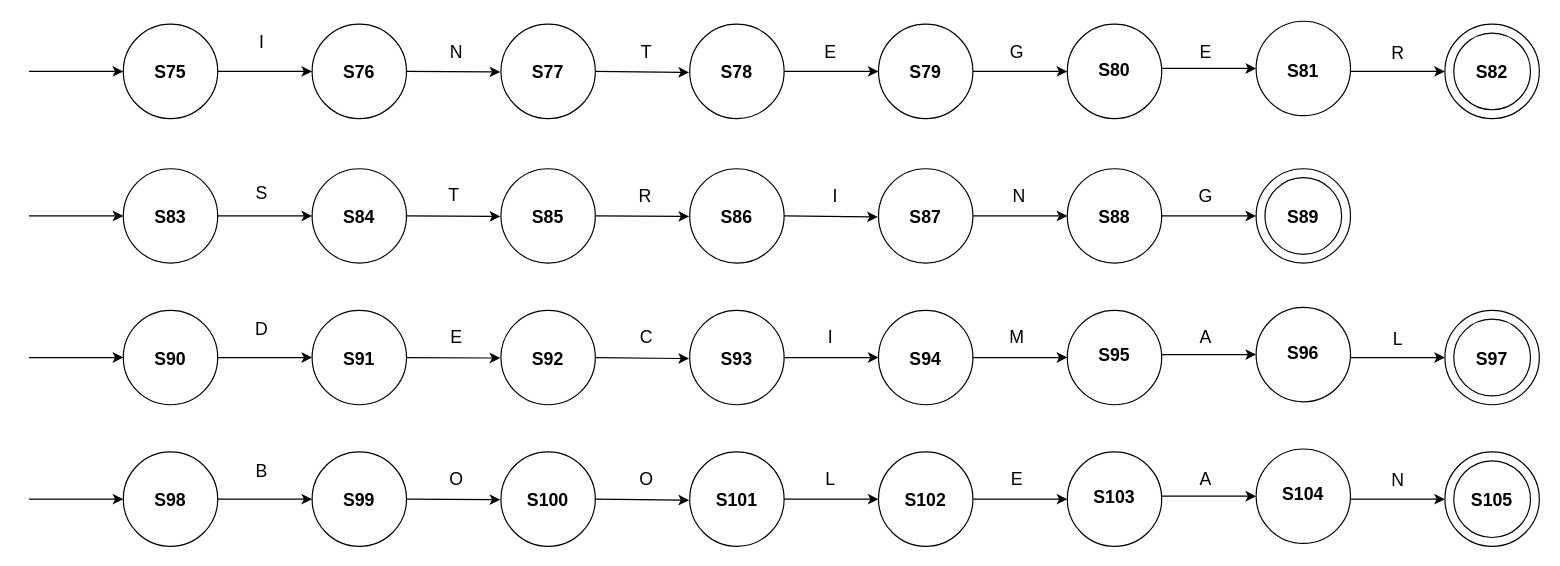
Above: dataType.drawio in MonaJea-Ng/Projects (draw.io), before the change. Source tidied: cells renumbered, new cells numbered last; positions are measured from the earlier drawing's top-left corner, leaving out a move shared by most shapes. Both pictures are drawn from the tidied source at 118%, with x=0, y=0 at pixel (28, 21).
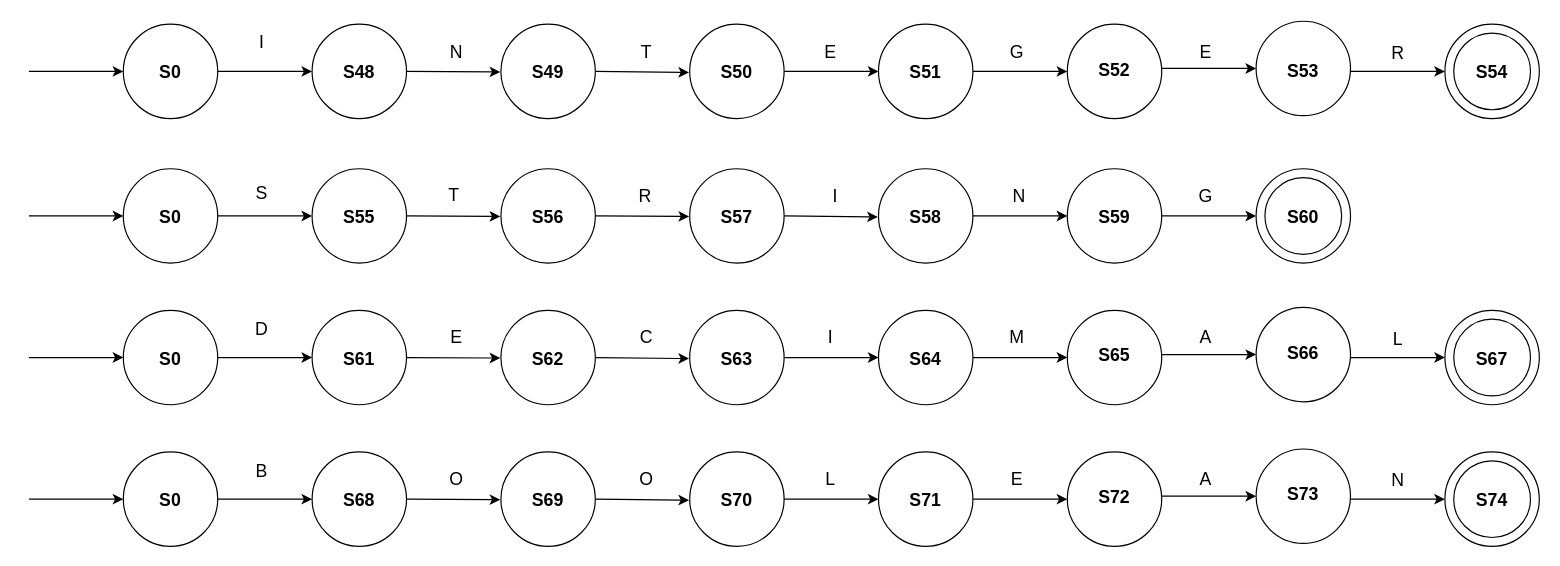
After the change.

What changed in the source:
```diff
@@
-    <mxCell id="6" value="&lt;b style=&quot;font-size: 15px;&quot;&gt;S78&lt;/b&gt;" style="text;html=1;strokeColor=none;fillColor=none;align=center;verticalAlign=middle;whiteSpace=wrap;rounded=0;fontSize=15;" parent="1" vertex="1">
+    <mxCell id="6" value="&lt;b style=&quot;font-size: 15px;&quot;&gt;S50&lt;/b&gt;" style="text;html=1;strokeColor=none;fillColor=none;align=center;verticalAlign=middle;whiteSpace=wrap;rounded=0;fontSize=15;" parent="1" vertex="1">
       <mxGeometry x="570" y="27" width="60" height="30" as="geometry" />
     </mxCell>
-    <mxCell id="7" value="&lt;b&gt;&lt;font style=&quot;font-size: 15px;&quot;&gt;S79&lt;/font&gt;&lt;/b&gt;" style="text;html=1;strokeColor=none;fillColor=none;align=center;verticalAlign=middle;whiteSpace=wrap;rounded=0;" parent="1" vertex="1">
+    <mxCell id="7" value="&lt;b&gt;&lt;font style=&quot;font-size: 15px;&quot;&gt;S51&lt;/font&gt;&lt;/b&gt;" style="text;html=1;strokeColor=none;fillColor=none;align=center;verticalAlign=middle;whiteSpace=wrap;rounded=0;" parent="1" vertex="1">
       <mxGeometry x="730" y="27" width="60" height="30" as="geometry" />
     </mxCell>
@@
-    <mxCell id="12" value="&lt;b&gt;&lt;font style=&quot;font-size: 15px;&quot;&gt;S82&lt;/font&gt;&lt;/b&gt;" style="text;html=1;strokeColor=none;fillColor=none;align=center;verticalAlign=middle;whiteSpace=wrap;rounded=0;" parent="1" vertex="1">
+    <mxCell id="12" value="&lt;b&gt;&lt;font style=&quot;font-size: 15px;&quot;&gt;S54&lt;/font&gt;&lt;/b&gt;" style="text;html=1;strokeColor=none;fillColor=none;align=center;verticalAlign=middle;whiteSpace=wrap;rounded=0;" parent="1" vertex="1">
       <mxGeometry x="1210" y="27" width="60" height="30" as="geometry" />
     </mxCell>
@@
-    <mxCell id="16" value="&lt;b style=&quot;font-size: 15px;&quot;&gt;S77&lt;/b&gt;" style="text;html=1;strokeColor=none;fillColor=none;align=center;verticalAlign=middle;whiteSpace=wrap;rounded=0;fontSize=15;" parent="1" vertex="1">
+    <mxCell id="16" value="&lt;b style=&quot;font-size: 15px;&quot;&gt;S49&lt;/b&gt;" style="text;html=1;strokeColor=none;fillColor=none;align=center;verticalAlign=middle;whiteSpace=wrap;rounded=0;fontSize=15;" parent="1" vertex="1">
       <mxGeometry x="410" y="27" width="60" height="30" as="geometry" />
     </mxCell>
@@
-    <mxCell id="19" value="&lt;b style=&quot;font-size: 15px;&quot;&gt;S76&lt;/b&gt;" style="text;html=1;strokeColor=none;fillColor=none;align=center;verticalAlign=middle;whiteSpace=wrap;rounded=0;fontSize=15;" parent="1" vertex="1">
+    <mxCell id="19" value="&lt;b style=&quot;font-size: 15px;&quot;&gt;S48&lt;/b&gt;" style="text;html=1;strokeColor=none;fillColor=none;align=center;verticalAlign=middle;whiteSpace=wrap;rounded=0;fontSize=15;" parent="1" vertex="1">
       <mxGeometry x="250" y="27" width="60" height="30" as="geometry" />
     </mxCell>
@@
-    <mxCell id="24" value="&lt;b style=&quot;font-size: 15px;&quot;&gt;S75&lt;/b&gt;" style="text;html=1;strokeColor=none;fillColor=none;align=center;verticalAlign=middle;whiteSpace=wrap;rounded=0;fontSize=15;" parent="1" vertex="1">
+    <mxCell id="24" value="&lt;b style=&quot;font-size: 15px;&quot;&gt;S0&lt;/b&gt;" style="text;html=1;strokeColor=none;fillColor=none;align=center;verticalAlign=middle;whiteSpace=wrap;rounded=0;fontSize=15;" parent="1" vertex="1">
       <mxGeometry x="90" y="27" width="60" height="30" as="geometry" />
     </mxCell>
@@
-    <mxCell id="28" value="&lt;b&gt;&lt;font style=&quot;font-size: 15px;&quot;&gt;S80&lt;/font&gt;&lt;/b&gt;" style="text;html=1;strokeColor=none;fillColor=none;align=center;verticalAlign=middle;whiteSpace=wrap;rounded=0;" parent="1" vertex="1">
+    <mxCell id="28" value="&lt;b&gt;&lt;font style=&quot;font-size: 15px;&quot;&gt;S52&lt;/font&gt;&lt;/b&gt;" style="text;html=1;strokeColor=none;fillColor=none;align=center;verticalAlign=middle;whiteSpace=wrap;rounded=0;" parent="1" vertex="1">
       <mxGeometry x="890" y="27" width="60" height="25" as="geometry" />
     </mxCell>
@@
-    <mxCell id="32" value="&lt;b&gt;&lt;font style=&quot;font-size: 15px;&quot;&gt;S81&lt;/font&gt;&lt;/b&gt;" style="text;html=1;strokeColor=none;fillColor=none;align=center;verticalAlign=middle;whiteSpace=wrap;rounded=0;" parent="1" vertex="1">
+    <mxCell id="32" value="&lt;b&gt;&lt;font style=&quot;font-size: 15px;&quot;&gt;S53&lt;/font&gt;&lt;/b&gt;" style="text;html=1;strokeColor=none;fillColor=none;align=center;verticalAlign=middle;whiteSpace=wrap;rounded=0;" parent="1" vertex="1">
       <mxGeometry x="1050" y="28.5" width="60" height="25" as="geometry" />
     </mxCell>
@@
-    <mxCell id="38" value="&lt;b style=&quot;font-size: 15px;&quot;&gt;S87&lt;/b&gt;" style="text;html=1;strokeColor=none;fillColor=none;align=center;verticalAlign=middle;whiteSpace=wrap;rounded=0;fontSize=15;" parent="1" vertex="1">
+    <mxCell id="38" value="&lt;b style=&quot;font-size: 15px;&quot;&gt;S58&lt;/b&gt;" style="text;html=1;strokeColor=none;fillColor=none;align=center;verticalAlign=middle;whiteSpace=wrap;rounded=0;fontSize=15;" parent="1" vertex="1">
       <mxGeometry x="730" y="149.5" width="60" height="30" as="geometry" />
     </mxCell>
-    <mxCell id="39" value="&lt;b&gt;&lt;font style=&quot;font-size: 15px;&quot;&gt;S88&lt;/font&gt;&lt;/b&gt;" style="text;html=1;strokeColor=none;fillColor=none;align=center;verticalAlign=middle;whiteSpace=wrap;rounded=0;" parent="1" vertex="1">
+    <mxCell id="39" value="&lt;b&gt;&lt;font style=&quot;font-size: 15px;&quot;&gt;S59&lt;/font&gt;&lt;/b&gt;" style="text;html=1;strokeColor=none;fillColor=none;align=center;verticalAlign=middle;whiteSpace=wrap;rounded=0;" parent="1" vertex="1">
       <mxGeometry x="890" y="149.5" width="60" height="30" as="geometry" />
     </mxCell>
@@
-    <mxCell id="43" value="&lt;b&gt;&lt;font style=&quot;font-size: 15px;&quot;&gt;S89&lt;/font&gt;&lt;/b&gt;" style="text;html=1;strokeColor=none;fillColor=none;align=center;verticalAlign=middle;whiteSpace=wrap;rounded=0;" parent="1" vertex="1">
+    <mxCell id="43" value="&lt;b&gt;&lt;font style=&quot;font-size: 15px;&quot;&gt;S60&lt;/font&gt;&lt;/b&gt;" style="text;html=1;strokeColor=none;fillColor=none;align=center;verticalAlign=middle;whiteSpace=wrap;rounded=0;" parent="1" vertex="1">
       <mxGeometry x="1050" y="149.5" width="60" height="30" as="geometry" />
     </mxCell>
@@
-    <mxCell id="46" value="&lt;b style=&quot;font-size: 15px;&quot;&gt;S86&lt;/b&gt;" style="text;html=1;strokeColor=none;fillColor=none;align=center;verticalAlign=middle;whiteSpace=wrap;rounded=0;fontSize=15;" parent="1" vertex="1">
+    <mxCell id="46" value="&lt;b style=&quot;font-size: 15px;&quot;&gt;S57&lt;/b&gt;" style="text;html=1;strokeColor=none;fillColor=none;align=center;verticalAlign=middle;whiteSpace=wrap;rounded=0;fontSize=15;" parent="1" vertex="1">
       <mxGeometry x="570" y="149.5" width="60" height="30" as="geometry" />
     </mxCell>
@@
-    <mxCell id="49" value="&lt;b style=&quot;font-size: 15px;&quot;&gt;S84&lt;/b&gt;" style="text;html=1;strokeColor=none;fillColor=none;align=center;verticalAlign=middle;whiteSpace=wrap;rounded=0;fontSize=15;" parent="1" vertex="1">
+    <mxCell id="49" value="&lt;b style=&quot;font-size: 15px;&quot;&gt;S55&lt;/b&gt;" style="text;html=1;strokeColor=none;fillColor=none;align=center;verticalAlign=middle;whiteSpace=wrap;rounded=0;fontSize=15;" parent="1" vertex="1">
       <mxGeometry x="250" y="149.5" width="60" height="30" as="geometry" />
     </mxCell>
@@
-    <mxCell id="54" value="&lt;b style=&quot;font-size: 15px;&quot;&gt;S83&lt;/b&gt;" style="text;html=1;strokeColor=none;fillColor=none;align=center;verticalAlign=middle;whiteSpace=wrap;rounded=0;fontSize=15;" parent="1" vertex="1">
+    <mxCell id="54" value="&lt;b style=&quot;font-size: 15px;&quot;&gt;S0&lt;/b&gt;" style="text;html=1;strokeColor=none;fillColor=none;align=center;verticalAlign=middle;whiteSpace=wrap;rounded=0;fontSize=15;" parent="1" vertex="1">
       <mxGeometry x="90" y="149.5" width="60" height="30" as="geometry" />
     </mxCell>
@@
-    <mxCell id="62" value="&lt;b style=&quot;font-size: 15px;&quot;&gt;S93&lt;/b&gt;" style="text;html=1;strokeColor=none;fillColor=none;align=center;verticalAlign=middle;whiteSpace=wrap;rounded=0;fontSize=15;" parent="1" vertex="1">
+    <mxCell id="62" value="&lt;b style=&quot;font-size: 15px;&quot;&gt;S63&lt;/b&gt;" style="text;html=1;strokeColor=none;fillColor=none;align=center;verticalAlign=middle;whiteSpace=wrap;rounded=0;fontSize=15;" parent="1" vertex="1">
       <mxGeometry x="570" y="269.5" width="60" height="30" as="geometry" />
     </mxCell>
-    <mxCell id="63" value="&lt;b&gt;&lt;font style=&quot;font-size: 15px;&quot;&gt;S94&lt;/font&gt;&lt;/b&gt;" style="text;html=1;strokeColor=none;fillColor=none;align=center;verticalAlign=middle;whiteSpace=wrap;rounded=0;" parent="1" vertex="1">
+    <mxCell id="63" value="&lt;b&gt;&lt;font style=&quot;font-size: 15px;&quot;&gt;S64&lt;/font&gt;&lt;/b&gt;" style="text;html=1;strokeColor=none;fillColor=none;align=center;verticalAlign=middle;whiteSpace=wrap;rounded=0;" parent="1" vertex="1">
       <mxGeometry x="730" y="269.5" width="60" height="30" as="geometry" />
     </mxCell>
@@
-    <mxCell id="68" value="&lt;b&gt;&lt;font style=&quot;font-size: 15px;&quot;&gt;S97&lt;/font&gt;&lt;/b&gt;" style="text;html=1;strokeColor=none;fillColor=none;align=center;verticalAlign=middle;whiteSpace=wrap;rounded=0;" parent="1" vertex="1">
+    <mxCell id="68" value="&lt;b&gt;&lt;font style=&quot;font-size: 15px;&quot;&gt;S67&lt;/font&gt;&lt;/b&gt;" style="text;html=1;strokeColor=none;fillColor=none;align=center;verticalAlign=middle;whiteSpace=wrap;rounded=0;" parent="1" vertex="1">
       <mxGeometry x="1210" y="269.5" width="60" height="30" as="geometry" />
     </mxCell>
@@
-    <mxCell id="72" value="&lt;b style=&quot;font-size: 15px;&quot;&gt;S92&lt;/b&gt;" style="text;html=1;strokeColor=none;fillColor=none;align=center;verticalAlign=middle;whiteSpace=wrap;rounded=0;fontSize=15;" parent="1" vertex="1">
+    <mxCell id="72" value="&lt;b style=&quot;font-size: 15px;&quot;&gt;S62&lt;/b&gt;" style="text;html=1;strokeColor=none;fillColor=none;align=center;verticalAlign=middle;whiteSpace=wrap;rounded=0;fontSize=15;" parent="1" vertex="1">
       <mxGeometry x="410" y="269.5" width="60" height="30" as="geometry" />
     </mxCell>
@@
-    <mxCell id="75" value="&lt;b style=&quot;font-size: 15px;&quot;&gt;S91&lt;/b&gt;" style="text;html=1;strokeColor=none;fillColor=none;align=center;verticalAlign=middle;whiteSpace=wrap;rounded=0;fontSize=15;" parent="1" vertex="1">
+    <mxCell id="75" value="&lt;b style=&quot;font-size: 15px;&quot;&gt;S61&lt;/b&gt;" style="text;html=1;strokeColor=none;fillColor=none;align=center;verticalAlign=middle;whiteSpace=wrap;rounded=0;fontSize=15;" parent="1" vertex="1">
       <mxGeometry x="250" y="269.5" width="60" height="30" as="geometry" />
     </mxCell>
@@
-    <mxCell id="80" value="&lt;b style=&quot;font-size: 15px;&quot;&gt;S90&lt;/b&gt;" style="text;html=1;strokeColor=none;fillColor=none;align=center;verticalAlign=middle;whiteSpace=wrap;rounded=0;fontSize=15;" parent="1" vertex="1">
+    <mxCell id="80" value="&lt;b style=&quot;font-size: 15px;&quot;&gt;S0&lt;/b&gt;" style="text;html=1;strokeColor=none;fillColor=none;align=center;verticalAlign=middle;whiteSpace=wrap;rounded=0;fontSize=15;" parent="1" vertex="1">
       <mxGeometry x="90" y="269.5" width="60" height="30" as="geometry" />
     </mxCell>
@@
-    <mxCell id="84" value="&lt;b&gt;&lt;font style=&quot;font-size: 15px;&quot;&gt;S95&lt;/font&gt;&lt;/b&gt;" style="text;html=1;strokeColor=none;fillColor=none;align=center;verticalAlign=middle;whiteSpace=wrap;rounded=0;" parent="1" vertex="1">
+    <mxCell id="84" value="&lt;b&gt;&lt;font style=&quot;font-size: 15px;&quot;&gt;S65&lt;/font&gt;&lt;/b&gt;" style="text;html=1;strokeColor=none;fillColor=none;align=center;verticalAlign=middle;whiteSpace=wrap;rounded=0;" parent="1" vertex="1">
       <mxGeometry x="890" y="269.5" width="60" height="25" as="geometry" />
     </mxCell>
@@
-    <mxCell id="88" value="&lt;b&gt;&lt;font style=&quot;font-size: 15px;&quot;&gt;S96&lt;/font&gt;&lt;/b&gt;" style="text;html=1;strokeColor=none;fillColor=none;align=center;verticalAlign=middle;whiteSpace=wrap;rounded=0;" parent="1" vertex="1">
+    <mxCell id="88" value="&lt;b&gt;&lt;font style=&quot;font-size: 15px;&quot;&gt;S66&lt;/font&gt;&lt;/b&gt;" style="text;html=1;strokeColor=none;fillColor=none;align=center;verticalAlign=middle;whiteSpace=wrap;rounded=0;" parent="1" vertex="1">
       <mxGeometry x="1050" y="267" width="60" height="25" as="geometry" />
     </mxCell>
@@
-    <mxCell id="94" value="&lt;b style=&quot;font-size: 15px;&quot;&gt;S101&lt;/b&gt;" style="text;html=1;strokeColor=none;fillColor=none;align=center;verticalAlign=middle;whiteSpace=wrap;rounded=0;fontSize=15;" parent="1" vertex="1">
+    <mxCell id="94" value="&lt;b style=&quot;font-size: 15px;&quot;&gt;S70&lt;/b&gt;" style="text;html=1;strokeColor=none;fillColor=none;align=center;verticalAlign=middle;whiteSpace=wrap;rounded=0;fontSize=15;" parent="1" vertex="1">
       <mxGeometry x="570" y="389.5" width="60" height="30" as="geometry" />
     </mxCell>
-    <mxCell id="95" value="&lt;b&gt;&lt;font style=&quot;font-size: 15px;&quot;&gt;S102&lt;/font&gt;&lt;/b&gt;" style="text;html=1;strokeColor=none;fillColor=none;align=center;verticalAlign=middle;whiteSpace=wrap;rounded=0;" parent="1" vertex="1">
+    <mxCell id="95" value="&lt;b&gt;&lt;font style=&quot;font-size: 15px;&quot;&gt;S71&lt;/font&gt;&lt;/b&gt;" style="text;html=1;strokeColor=none;fillColor=none;align=center;verticalAlign=middle;whiteSpace=wrap;rounded=0;" parent="1" vertex="1">
       <mxGeometry x="730" y="389.5" width="60" height="30" as="geometry" />
     </mxCell>
@@
-    <mxCell id="100" value="&lt;b&gt;&lt;font style=&quot;font-size: 15px;&quot;&gt;S105&lt;/font&gt;&lt;/b&gt;" style="text;html=1;strokeColor=none;fillColor=none;align=center;verticalAlign=middle;whiteSpace=wrap;rounded=0;" parent="1" vertex="1">
+    <mxCell id="100" value="&lt;b&gt;&lt;font style=&quot;font-size: 15px;&quot;&gt;S74&lt;/font&gt;&lt;/b&gt;" style="text;html=1;strokeColor=none;fillColor=none;align=center;verticalAlign=middle;whiteSpace=wrap;rounded=0;" parent="1" vertex="1">
       <mxGeometry x="1210" y="389.5" width="60" height="30" as="geometry" />
     </mxCell>
@@
-    <mxCell id="104" value="&lt;b style=&quot;font-size: 15px;&quot;&gt;S100&lt;/b&gt;" style="text;html=1;strokeColor=none;fillColor=none;align=center;verticalAlign=middle;whiteSpace=wrap;rounded=0;fontSize=15;" parent="1" vertex="1">
+    <mxCell id="104" value="&lt;b style=&quot;font-size: 15px;&quot;&gt;S69&lt;/b&gt;" style="text;html=1;strokeColor=none;fillColor=none;align=center;verticalAlign=middle;whiteSpace=wrap;rounded=0;fontSize=15;" parent="1" vertex="1">
       <mxGeometry x="410" y="389.5" width="60" height="30" as="geometry" />
     </mxCell>
@@
-    <mxCell id="107" value="&lt;b style=&quot;font-size: 15px;&quot;&gt;S99&lt;/b&gt;" style="text;html=1;strokeColor=none;fillColor=none;align=center;verticalAlign=middle;whiteSpace=wrap;rounded=0;fontSize=15;" parent="1" vertex="1">
+    <mxCell id="107" value="&lt;b style=&quot;font-size: 15px;&quot;&gt;S68&lt;/b&gt;" style="text;html=1;strokeColor=none;fillColor=none;align=center;verticalAlign=middle;whiteSpace=wrap;rounded=0;fontSize=15;" parent="1" vertex="1">
       <mxGeometry x="250" y="389.5" width="60" height="30" as="geometry" />
     </mxCell>
@@
-    <mxCell id="112" value="&lt;b style=&quot;font-size: 15px;&quot;&gt;S98&lt;/b&gt;" style="text;html=1;strokeColor=none;fillColor=none;align=center;verticalAlign=middle;whiteSpace=wrap;rounded=0;fontSize=15;" parent="1" vertex="1">
+    <mxCell id="112" value="&lt;b style=&quot;font-size: 15px;&quot;&gt;S0&lt;/b&gt;" style="text;html=1;strokeColor=none;fillColor=none;align=center;verticalAlign=middle;whiteSpace=wrap;rounded=0;fontSize=15;" parent="1" vertex="1">
       <mxGeometry x="90" y="389.5" width="60" height="30" as="geometry" />
     </mxCell>
@@
-    <mxCell id="116" value="&lt;b&gt;&lt;font style=&quot;font-size: 15px;&quot;&gt;S103&lt;/font&gt;&lt;/b&gt;" style="text;html=1;strokeColor=none;fillColor=none;align=center;verticalAlign=middle;whiteSpace=wrap;rounded=0;" parent="1" vertex="1">
+    <mxCell id="116" value="&lt;b&gt;&lt;font style=&quot;font-size: 15px;&quot;&gt;S72&lt;/font&gt;&lt;/b&gt;" style="text;html=1;strokeColor=none;fillColor=none;align=center;verticalAlign=middle;whiteSpace=wrap;rounded=0;" parent="1" vertex="1">
       <mxGeometry x="890" y="389.5" width="60" height="25" as="geometry" />
     </mxCell>
@@
-    <mxCell id="120" value="&lt;b&gt;&lt;font style=&quot;font-size: 15px;&quot;&gt;S104&lt;/font&gt;&lt;/b&gt;" style="text;html=1;strokeColor=none;fillColor=none;align=center;verticalAlign=middle;whiteSpace=wrap;rounded=0;" parent="1" vertex="1">
+    <mxCell id="120" value="&lt;b&gt;&lt;font style=&quot;font-size: 15px;&quot;&gt;S73&lt;/font&gt;&lt;/b&gt;" style="text;html=1;strokeColor=none;fillColor=none;align=center;verticalAlign=middle;whiteSpace=wrap;rounded=0;" parent="1" vertex="1">
       <mxGeometry x="1050" y="387" width="60" height="25" as="geometry" />
     </mxCell>
@@
-    <mxCell id="124" value="&lt;b style=&quot;font-size: 15px;&quot;&gt;S85&lt;/b&gt;" style="text;html=1;strokeColor=none;fillColor=none;align=center;verticalAlign=middle;whiteSpace=wrap;rounded=0;fontSize=15;" parent="1" vertex="1">
+    <mxCell id="124" value="&lt;b style=&quot;font-size: 15px;&quot;&gt;S56&lt;/b&gt;" style="text;html=1;strokeColor=none;fillColor=none;align=center;verticalAlign=middle;whiteSpace=wrap;rounded=0;fontSize=15;" parent="1" vertex="1">
       <mxGeometry x="410" y="149.5" width="60" height="30" as="geometry" />
     </mxCell>
```
